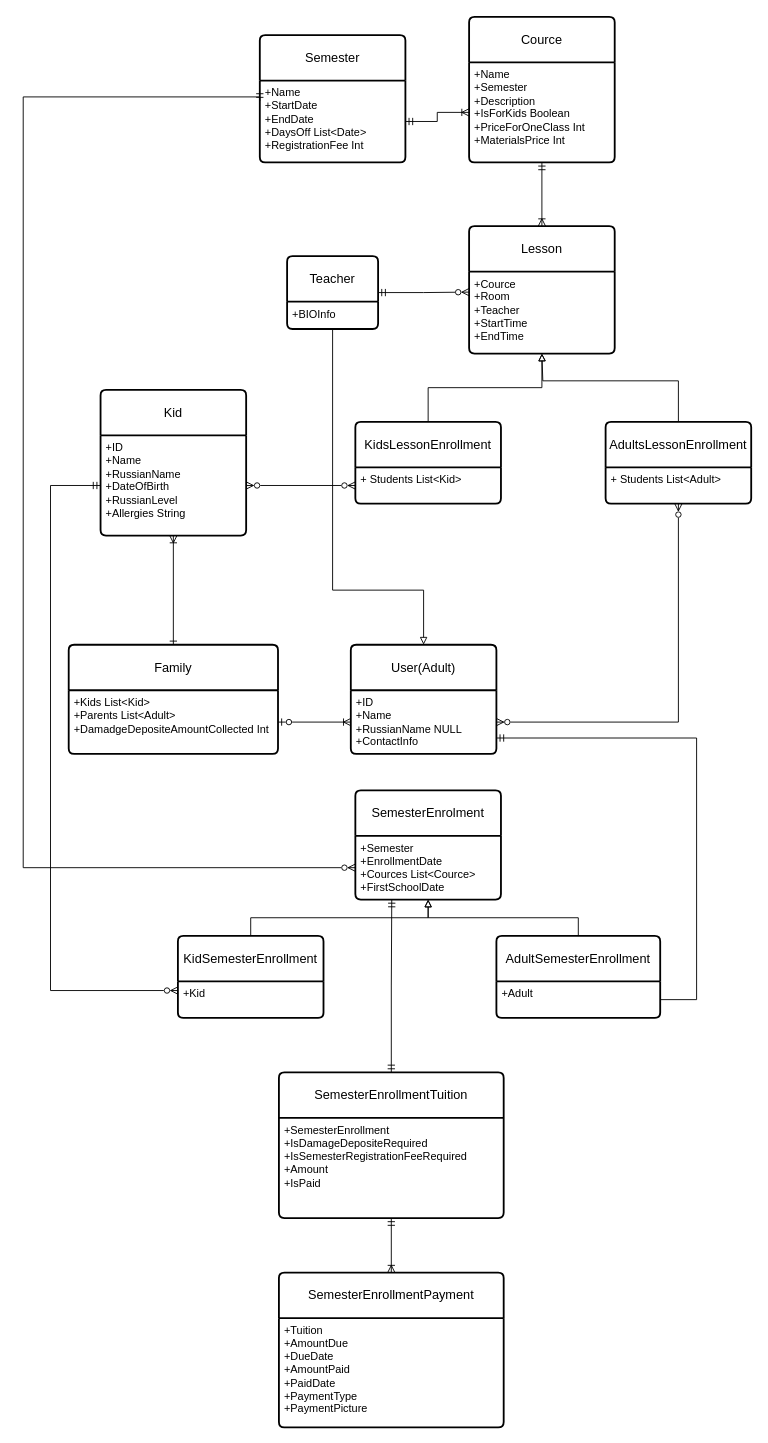
Above: Domain Diagram.drawio in ngolovac/ColoradoRussianCenter (draw.io), before the change. Source tidied: cells renumbered, new cells numbered last; positions are measured from the earlier drawing's top-left corner, leaving out a move shared by most shapes. Both pictures are drawn from the tidied source at 91%, with x=0, y=0 at pixel (23, 16).
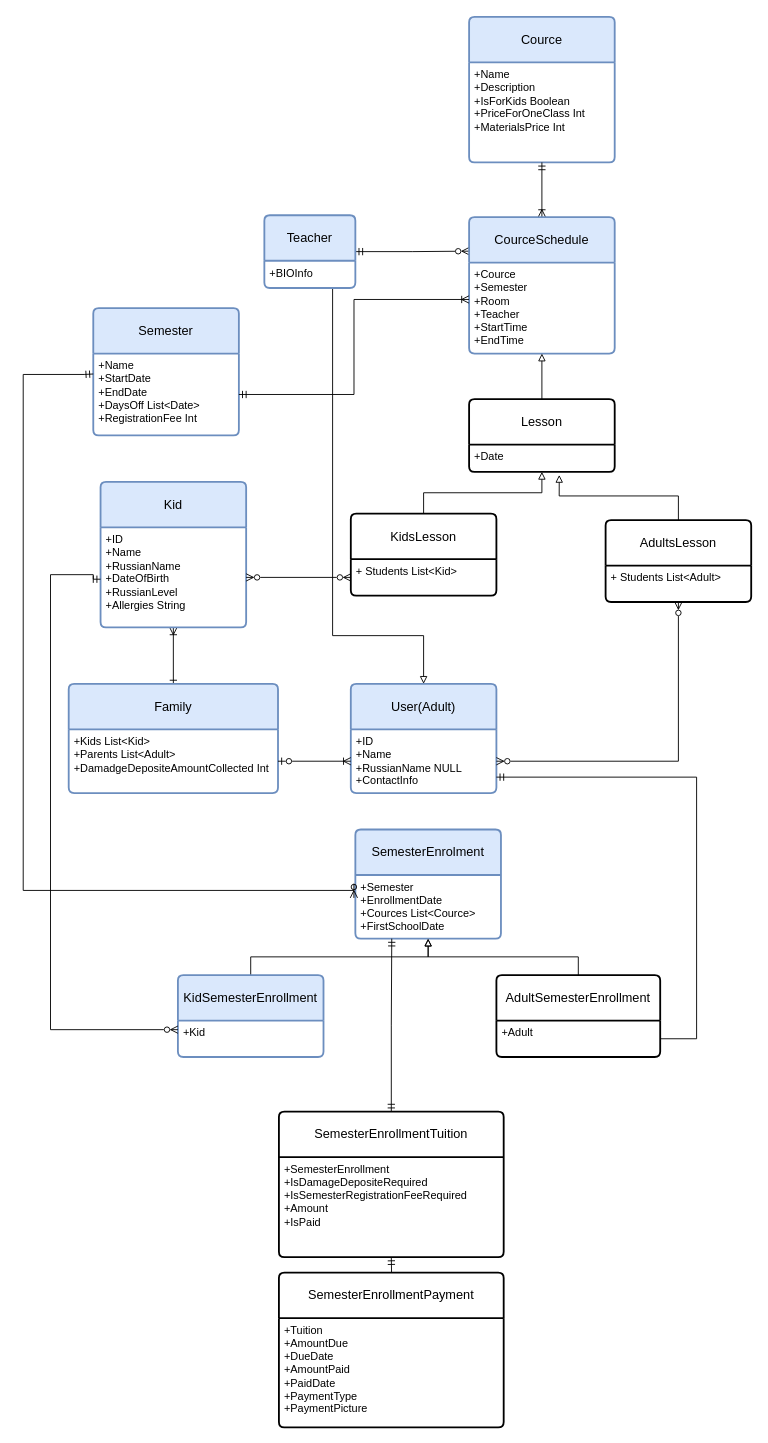
After the change.

Unchanged cells that the change refers to:
```xml
<mxCell id="3" value="+ID&lt;br&gt;+Name&lt;br&gt;+RussianName NULL&lt;br&gt;+ContactInfo" style="align=left;strokeColor=none;fillColor=none;spacingLeft=4;fontSize=12;verticalAlign=top;html=1;" parent="2" vertex="1">
  <mxGeometry y="50" width="160" height="70" as="geometry" />
</mxCell>
<mxCell id="10" value="+ID&lt;br&gt;+Name&lt;br&gt;+RussianName&lt;br&gt;+DateOfBirth&lt;br&gt;+RussianLevel&lt;br&gt;+Allergies String" style="align=left;strokeColor=none;fillColor=none;spacingLeft=4;fontSize=12;verticalAlign=top;html=1;" parent="9" vertex="1">
  <mxGeometry y="50" width="160" height="110" as="geometry" />
</mxCell>
<mxCell id="12" value="+Name&lt;br&gt;+StartDate&lt;br&gt;+EndDate&lt;br&gt;+DaysOff List&amp;lt;Date&amp;gt;&lt;br&gt;+RegistrationFee Int" style="align=left;strokeColor=none;fillColor=none;spacingLeft=4;fontSize=12;verticalAlign=top;html=1;" parent="11" vertex="1">
  <mxGeometry y="50" width="160" height="90" as="geometry" />
</mxCell>
<mxCell id="31" value="+Semester&lt;br&gt;+EnrollmentDate&lt;br&gt;+Cources List&amp;lt;Cource&amp;gt;&lt;br&gt;+FirstSchoolDate" style="align=left;strokeColor=none;fillColor=none;spacingLeft=4;fontSize=12;verticalAlign=top;html=1;" parent="30" vertex="1">
  <mxGeometry y="50" width="160" height="70" as="geometry" />
</mxCell>
<mxCell id="34" value="+Kid" style="align=left;strokeColor=none;fillColor=none;spacingLeft=4;fontSize=12;verticalAlign=top;html=1;" parent="33" vertex="1">
  <mxGeometry y="50" width="160" height="40" as="geometry" />
</mxCell>
<mxCell id="37" value="+Adult" style="align=left;strokeColor=none;fillColor=none;spacingLeft=4;fontSize=12;verticalAlign=top;html=1;" parent="36" vertex="1">
  <mxGeometry y="50" width="180" height="40" as="geometry" />
</mxCell>
<mxCell id="43" value="+SemesterEnrollment&lt;br&gt;+IsDamageDepositeRequired&lt;br&gt;+IsSemesterRegistrationFeeRequired&lt;br&gt;+Amount&lt;br&gt;+IsPaid" style="align=left;strokeColor=none;fillColor=none;spacingLeft=4;fontSize=12;verticalAlign=top;html=1;" parent="42" vertex="1">
  <mxGeometry y="50" width="247" height="110" as="geometry" />
</mxCell>
<mxCell id="45" value="SemesterEnrollmentPayment" style="swimlane;horizontal=1;startSize=50;rounded=1;fontSize=14;fontStyle=0;strokeWidth=2;shadow=0;dashed=0;align=center;arcSize=4;whiteSpace=wrap;html=1;" parent="1" vertex="1">
  <mxGeometry x="281" y="1380" width="247" height="170" as="geometry" />
</mxCell>
```

Diff of the diagram source:
```diff
@@
-    <mxCell id="2" value="User(Adult)" style="swimlane;horizontal=1;startSize=50;rounded=1;fontSize=14;fontStyle=0;strokeWidth=2;shadow=0;dashed=0;align=center;arcSize=4;whiteSpace=wrap;html=1;" parent="1" vertex="1">
-      <mxGeometry x="360" y="690" width="160" height="120" as="geometry" />
+    <mxCell id="2" value="User(Adult)" style="swimlane;horizontal=1;startSize=50;rounded=1;fontSize=14;fontStyle=0;strokeWidth=2;shadow=0;dashed=0;align=center;arcSize=4;whiteSpace=wrap;html=1;fillColor=#dae8fc;strokeColor=#6c8ebf;" parent="1" vertex="1">
+      <mxGeometry x="360" y="733" width="160" height="120" as="geometry" />
     </mxCell>
@@
     <mxCell id="4" style="edgeStyle=orthogonalEdgeStyle;rounded=0;jettySize=auto;html=1;entryX=0.5;entryY=0;entryDx=0;entryDy=0;endArrow=block;endFill=0;" parent="1" edge="1" source="6" target="2">
       <mxGeometry relative="1" as="geometry">
         <Array as="points">
-          <mxPoint x="340" y="630" />
-          <mxPoint x="440" y="630" />
+          <mxPoint x="340" y="680" />
+          <mxPoint x="440" y="680" />
         </Array>
       </mxGeometry>
     </mxCell>
-    <mxCell id="5" style="edgeStyle=orthogonalEdgeStyle;rounded=0;jettySize=auto;html=1;entryX=0;entryY=0.25;entryDx=0;entryDy=0;endArrow=ERzeroToMany;endFill=0;startArrow=ERmandOne;startFill=0;" parent="1" edge="1" source="6" target="17">
+    <mxCell id="5" style="edgeStyle=orthogonalEdgeStyle;rounded=0;jettySize=auto;html=1;entryX=0;entryY=0.25;entryDx=0;entryDy=0;endArrow=ERzeroToMany;endFill=0;startArrow=ERmandOne;startFill=0;" parent="1" edge="1" source="6" target="16">
       <mxGeometry relative="1" as="geometry" />
     </mxCell>
-    <mxCell id="6" value="Teacher" style="swimlane;horizontal=1;startSize=50;rounded=1;fontSize=14;fontStyle=0;strokeWidth=2;shadow=0;dashed=0;align=center;arcSize=4;whiteSpace=wrap;html=1;" parent="1" vertex="1">
-      <mxGeometry x="290" y="263" width="100" height="80" as="geometry" />
+    <mxCell id="6" value="Teacher" style="swimlane;horizontal=1;startSize=50;rounded=1;fontSize=14;fontStyle=0;strokeWidth=2;shadow=0;dashed=0;align=center;arcSize=4;whiteSpace=wrap;html=1;fillColor=#dae8fc;strokeColor=#6c8ebf;" parent="1" vertex="1">
+      <mxGeometry x="265" y="218" width="100" height="80" as="geometry" />
     </mxCell>
@@
-    <mxCell id="9" value="Kid" style="swimlane;horizontal=1;startSize=50;rounded=1;fontSize=14;fontStyle=0;strokeWidth=2;shadow=0;dashed=0;align=center;arcSize=4;whiteSpace=wrap;html=1;" parent="1" vertex="1">
-      <mxGeometry x="85" y="410" width="160" height="160" as="geometry" />
+    <mxCell id="9" value="Kid" style="swimlane;horizontal=1;startSize=50;rounded=1;fontSize=14;fontStyle=0;strokeWidth=2;shadow=0;dashed=0;align=center;arcSize=4;whiteSpace=wrap;html=1;fillColor=#dae8fc;strokeColor=#6c8ebf;" parent="1" vertex="1">
+      <mxGeometry x="85" y="511" width="160" height="160" as="geometry" />
     </mxCell>
@@
-    <mxCell id="11" value="Semester" style="swimlane;horizontal=1;startSize=50;rounded=1;fontSize=14;fontStyle=0;strokeWidth=2;shadow=0;dashed=0;align=center;arcSize=4;whiteSpace=wrap;html=1;" parent="1" vertex="1">
-      <mxGeometry x="260" y="20" width="160" height="140" as="geometry" />
+    <mxCell id="11" value="Semester" style="swimlane;horizontal=1;startSize=50;rounded=1;fontSize=14;fontStyle=0;strokeWidth=2;shadow=0;dashed=0;align=center;arcSize=4;whiteSpace=wrap;html=1;fillColor=#dae8fc;strokeColor=#6c8ebf;" parent="1" vertex="1">
+      <mxGeometry x="77" y="320" width="160" height="140" as="geometry" />
     </mxCell>
@@
-    <mxCell id="13" value="Cource" style="swimlane;horizontal=1;startSize=50;rounded=1;fontSize=14;fontStyle=0;strokeWidth=2;shadow=0;dashed=0;align=center;arcSize=4;whiteSpace=wrap;html=1;" parent="1" vertex="1">
+    <mxCell id="13" value="Cource" style="swimlane;horizontal=1;startSize=50;rounded=1;fontSize=14;fontStyle=0;strokeWidth=2;shadow=0;dashed=0;align=center;arcSize=4;whiteSpace=wrap;html=1;fillColor=#dae8fc;strokeColor=#6c8ebf;" parent="1" vertex="1">
       <mxGeometry x="490" width="160" height="160" as="geometry" />
     </mxCell>
-    <mxCell id="14" value="+Name&lt;br&gt;+Semester&lt;br&gt;+Description&lt;br&gt;+IsForKids Boolean&lt;br&gt;+PriceForOneClass Int&lt;br&gt;+MaterialsPrice Int" style="align=left;strokeColor=none;fillColor=none;spacingLeft=4;fontSize=12;verticalAlign=top;html=1;" parent="13" vertex="1">
+    <mxCell id="14" value="+Name&lt;br&gt;+Description&lt;br&gt;+IsForKids Boolean&lt;br&gt;+PriceForOneClass Int&lt;br&gt;+MaterialsPrice Int" style="align=left;strokeColor=none;fillColor=none;spacingLeft=4;fontSize=12;verticalAlign=top;html=1;" parent="13" vertex="1">
       <mxGeometry y="50" width="160" height="110" as="geometry" />
     </mxCell>
@@
-    <mxCell id="16" value="Lesson" style="swimlane;horizontal=1;startSize=50;rounded=1;fontSize=14;fontStyle=0;strokeWidth=2;shadow=0;dashed=0;align=center;arcSize=4;whiteSpace=wrap;html=1;" parent="1" vertex="1">
-      <mxGeometry x="490" y="230" width="160" height="140" as="geometry" />
+    <mxCell id="16" value="CourceSchedule" style="swimlane;horizontal=1;startSize=50;rounded=1;fontSize=14;fontStyle=0;strokeWidth=2;shadow=0;dashed=0;align=center;arcSize=4;whiteSpace=wrap;html=1;fillColor=#dae8fc;strokeColor=#6c8ebf;" parent="1" vertex="1">
+      <mxGeometry x="490" y="220" width="160" height="150" as="geometry" />
     </mxCell>
-    <mxCell id="17" value="+Cource&lt;br&gt;+Room&lt;br&gt;+Teacher&lt;br&gt;+StartTime&lt;br&gt;+EndTime" style="align=left;strokeColor=none;fillColor=none;spacingLeft=4;fontSize=12;verticalAlign=top;html=1;" parent="16" vertex="1">
-      <mxGeometry y="50" width="160" height="90" as="geometry" />
+    <mxCell id="17" value="+Cource&lt;br&gt;+Semester&lt;br&gt;+Room&lt;br&gt;+Teacher&lt;br&gt;+StartTime&lt;br&gt;+EndTime" style="align=left;strokeColor=none;fillColor=none;spacingLeft=4;fontSize=12;verticalAlign=top;html=1;" parent="16" vertex="1">
+      <mxGeometry y="50" width="160" height="100" as="geometry" />
     </mxCell>
-    <mxCell id="18" style="edgeStyle=orthogonalEdgeStyle;rounded=0;jettySize=auto;html=1;entryX=0.5;entryY=1;entryDx=0;entryDy=0;endArrow=block;endFill=0;" parent="1" edge="1" source="19" target="17">
-      <mxGeometry relative="1" as="geometry" />
-    </mxCell>
+    <mxCell id="47" style="edgeStyle=orthogonalEdgeStyle;rounded=0;jettySize=auto;html=1;entryX=0.5;entryY=1;entryDx=0;entryDy=0;endArrow=block;endFill=0;" parent="1" edge="1" source="19" target="51">
+      <mxGeometry relative="1" as="geometry" />
+    </mxCell>
-    <mxCell id="19" value="KidsLessonEnrollment" style="swimlane;horizontal=1;startSize=50;rounded=1;fontSize=14;fontStyle=0;strokeWidth=2;shadow=0;dashed=0;align=center;arcSize=4;whiteSpace=wrap;html=1;" parent="1" vertex="1">
-      <mxGeometry x="365" y="445" width="160" height="90" as="geometry" />
+    <mxCell id="19" value="KidsLesson" style="swimlane;horizontal=1;startSize=50;rounded=1;fontSize=14;fontStyle=0;strokeWidth=2;shadow=0;dashed=0;align=center;arcSize=4;whiteSpace=wrap;html=1;" parent="1" vertex="1">
+      <mxGeometry x="360" y="546" width="160" height="90" as="geometry" />
     </mxCell>
@@
-    <mxCell id="21" style="edgeStyle=orthogonalEdgeStyle;rounded=0;jettySize=auto;html=1;endArrow=block;endFill=0;" parent="1" edge="1" source="22">
-      <mxGeometry relative="1" as="geometry">
-        <mxPoint x="570" y="370" as="targetPoint" />
-        <Array as="points">
-          <mxPoint x="720" y="400" />
-          <mxPoint x="571" y="400" />
-        </Array>
-      </mxGeometry>
-    </mxCell>
+    <mxCell id="48" style="edgeStyle=orthogonalEdgeStyle;rounded=0;jettySize=auto;html=1;entryX=0.619;entryY=1.113;entryDx=0;entryDy=0;entryPerimeter=0;endArrow=block;endFill=0;" parent="1" edge="1" source="22" target="51">
+      <mxGeometry relative="1" as="geometry" />
+    </mxCell>
-    <mxCell id="22" value="AdultsLessonEnrollment" style="swimlane;horizontal=1;startSize=50;rounded=1;fontSize=14;fontStyle=0;strokeWidth=2;shadow=0;dashed=0;align=center;arcSize=4;whiteSpace=wrap;html=1;" parent="1" vertex="1">
-      <mxGeometry x="640" y="445" width="160" height="90" as="geometry" />
+    <mxCell id="22" value="AdultsLesson" style="swimlane;horizontal=1;startSize=50;rounded=1;fontSize=14;fontStyle=0;strokeWidth=2;shadow=0;dashed=0;align=center;arcSize=4;whiteSpace=wrap;html=1;" parent="1" vertex="1">
+      <mxGeometry x="640" y="553" width="160" height="90" as="geometry" />
     </mxCell>
@@
-    <mxCell id="24" value="Family" style="swimlane;horizontal=1;startSize=50;rounded=1;fontSize=14;fontStyle=0;strokeWidth=2;shadow=0;dashed=0;align=center;arcSize=4;whiteSpace=wrap;html=1;" parent="1" vertex="1">
-      <mxGeometry x="50" y="690" width="230" height="120" as="geometry" />
+    <mxCell id="24" value="Family" style="swimlane;horizontal=1;startSize=50;rounded=1;fontSize=14;fontStyle=0;strokeWidth=2;shadow=0;dashed=0;align=center;arcSize=4;whiteSpace=wrap;html=1;fillColor=#dae8fc;strokeColor=#6c8ebf;" parent="1" vertex="1">
+      <mxGeometry x="50" y="733" width="230" height="120" as="geometry" />
     </mxCell>
@@
-    <mxCell id="27" style="edgeStyle=orthogonalEdgeStyle;rounded=0;jettySize=auto;html=1;startArrow=ERoneToMany;startFill=0;endArrow=ERmandOne;endFill=0;" parent="1" edge="1" source="14" target="12">
-      <mxGeometry relative="1" as="geometry" />
-    </mxCell>
@@
-    <mxCell id="30" value="SemesterEnrolment" style="swimlane;horizontal=1;startSize=50;rounded=1;fontSize=14;fontStyle=0;strokeWidth=2;shadow=0;dashed=0;align=center;arcSize=4;whiteSpace=wrap;html=1;" parent="1" vertex="1">
-      <mxGeometry x="365" y="850" width="160" height="120" as="geometry" />
+    <mxCell id="30" value="SemesterEnrolment" style="swimlane;horizontal=1;startSize=50;rounded=1;fontSize=14;fontStyle=0;strokeWidth=2;shadow=0;dashed=0;align=center;arcSize=4;whiteSpace=wrap;html=1;fillColor=#dae8fc;strokeColor=#6c8ebf;" parent="1" vertex="1">
+      <mxGeometry x="365" y="893" width="160" height="120" as="geometry" />
     </mxCell>
@@
     <mxCell id="32" style="edgeStyle=orthogonalEdgeStyle;rounded=0;jettySize=auto;html=1;endArrow=block;endFill=0;" parent="1" edge="1" source="33" target="31">
       <mxGeometry relative="1" as="geometry">
         <Array as="points">
-          <mxPoint x="250" y="990" />
-          <mxPoint x="445" y="990" />
+          <mxPoint x="250" y="1033" />
+          <mxPoint x="445" y="1033" />
         </Array>
       </mxGeometry>
     </mxCell>
-    <mxCell id="33" value="KidSemesterEnrollment" style="swimlane;horizontal=1;startSize=50;rounded=1;fontSize=14;fontStyle=0;strokeWidth=2;shadow=0;dashed=0;align=center;arcSize=4;whiteSpace=wrap;html=1;" parent="1" vertex="1">
-      <mxGeometry x="170" y="1010" width="160" height="90" as="geometry" />
+    <mxCell id="33" value="KidSemesterEnrollment" style="swimlane;horizontal=1;startSize=50;rounded=1;fontSize=14;fontStyle=0;strokeWidth=2;shadow=0;dashed=0;align=center;arcSize=4;whiteSpace=wrap;html=1;fillColor=#dae8fc;strokeColor=#6c8ebf;" parent="1" vertex="1">
+      <mxGeometry x="170" y="1053" width="160" height="90" as="geometry" />
     </mxCell>
@@
     <mxCell id="36" value="AdultSemesterEnrollment" style="swimlane;horizontal=1;startSize=50;rounded=1;fontSize=14;fontStyle=0;strokeWidth=2;shadow=0;dashed=0;align=center;arcSize=4;whiteSpace=wrap;html=1;" parent="1" vertex="1">
-      <mxGeometry x="520" y="1010" width="180" height="90" as="geometry" />
+      <mxGeometry x="520" y="1053" width="180" height="90" as="geometry" />
     </mxCell>
@@
     <mxCell id="38" style="edgeStyle=orthogonalEdgeStyle;rounded=0;jettySize=auto;html=1;entryX=0;entryY=0.25;entryDx=0;entryDy=0;endArrow=ERzeroToMany;endFill=0;startArrow=ERmandOne;startFill=0;" parent="1" edge="1" source="10" target="34">
       <mxGeometry relative="1" as="geometry">
         <Array as="points">
-          <mxPoint x="30" y="515" />
-          <mxPoint x="30" y="1070" />
+          <mxPoint x="77" y="618" />
+          <mxPoint x="77" y="613" />
+          <mxPoint x="30" y="613" />
+          <mxPoint x="30" y="1113" />
         </Array>
       </mxGeometry>
     </mxCell>
     <mxCell id="39" style="edgeStyle=orthogonalEdgeStyle;rounded=0;jettySize=auto;html=1;entryX=1;entryY=0.75;entryDx=0;entryDy=0;endArrow=ERmandOne;endFill=0;" parent="1" edge="1" source="37" target="3">
       <mxGeometry relative="1" as="geometry">
         <Array as="points">
-          <mxPoint x="740" y="1080" />
-          <mxPoint x="740" y="793" />
+          <mxPoint x="740" y="1123" />
+          <mxPoint x="740" y="836" />
         </Array>
       </mxGeometry>
     </mxCell>
-    <mxCell id="40" style="edgeStyle=orthogonalEdgeStyle;rounded=0;jettySize=auto;html=1;entryX=0;entryY=0.25;entryDx=0;entryDy=0;endArrow=ERmandOne;endFill=0;startArrow=ERzeroToMany;startFill=0;" parent="1" edge="1" source="31" target="12">
+    <mxCell id="40" style="edgeStyle=orthogonalEdgeStyle;rounded=0;jettySize=auto;html=1;entryX=0;entryY=0.25;entryDx=0;entryDy=0;endArrow=ERmandOne;endFill=0;startArrow=ERzeroToMany;startFill=0;exitX=-0.01;exitY=0.36;exitDx=0;exitDy=0;exitPerimeter=0;" parent="1" edge="1" source="31" target="12">
       <mxGeometry relative="1" as="geometry">
         <Array as="points">
-          <mxPoint y="935" />
-          <mxPoint y="88" />
+          <mxPoint x="363" y="960" />
+          <mxPoint y="960" />
+          <mxPoint y="393" />
+          <mxPoint x="67" y="393" />
         </Array>
       </mxGeometry>
     </mxCell>
@@
     <mxCell id="42" value="SemesterEnrollmentTuition" style="swimlane;horizontal=1;startSize=50;rounded=1;fontSize=14;fontStyle=0;strokeWidth=2;shadow=0;dashed=0;align=center;arcSize=4;whiteSpace=wrap;html=1;" parent="1" vertex="1">
-      <mxGeometry x="281" y="1160" width="247" height="160" as="geometry" />
+      <mxGeometry x="281" y="1203" width="247" height="160" as="geometry" />
     </mxCell>
@@
-    <mxCell id="44" style="edgeStyle=orthogonalEdgeStyle;rounded=0;jettySize=auto;html=1;endArrow=ERmandOne;endFill=0;startArrow=ERoneToMany;startFill=0;" parent="1" edge="1" source="45" target="43">
-      <mxGeometry relative="1" as="geometry" />
+    <mxCell id="44" style="edgeStyle=orthogonalEdgeStyle;rounded=0;jettySize=auto;html=1;endArrow=ERmandOne;endFill=0;startArrow=ERoneToMany;startFill=0;" parent="1" edge="1" target="43">
+      <mxGeometry relative="1" as="geometry">
+        <mxPoint x="404.5" y="1423" as="sourcePoint" />
+      </mxGeometry>
     </mxCell>
@@
+    <mxCell id="49" style="edgeStyle=orthogonalEdgeStyle;rounded=0;jettySize=auto;html=1;endArrow=block;endFill=0;" parent="1" edge="1" source="50" target="17">
+      <mxGeometry relative="1" as="geometry" />
+    </mxCell>
+    <mxCell id="50" value="Lesson" style="swimlane;horizontal=1;startSize=50;rounded=1;fontSize=14;fontStyle=0;strokeWidth=2;shadow=0;dashed=0;align=center;arcSize=4;whiteSpace=wrap;html=1;" parent="1" vertex="1">
+      <mxGeometry x="490" y="420" width="160" height="80" as="geometry" />
+    </mxCell>
+    <mxCell id="51" value="+Date" style="align=left;strokeColor=none;fillColor=none;spacingLeft=4;fontSize=12;verticalAlign=top;html=1;" parent="50" vertex="1">
+      <mxGeometry y="50" width="160" height="30" as="geometry" />
+    </mxCell>
+    <mxCell id="52" style="edgeStyle=orthogonalEdgeStyle;rounded=0;jettySize=auto;html=1;entryX=-0.001;entryY=0.406;entryDx=0;entryDy=0;entryPerimeter=0;endArrow=ERoneToMany;endFill=0;startArrow=ERmandOne;startFill=0;" parent="1" edge="1" source="12" target="17">
+      <mxGeometry relative="1" as="geometry" />
+    </mxCell>
```
